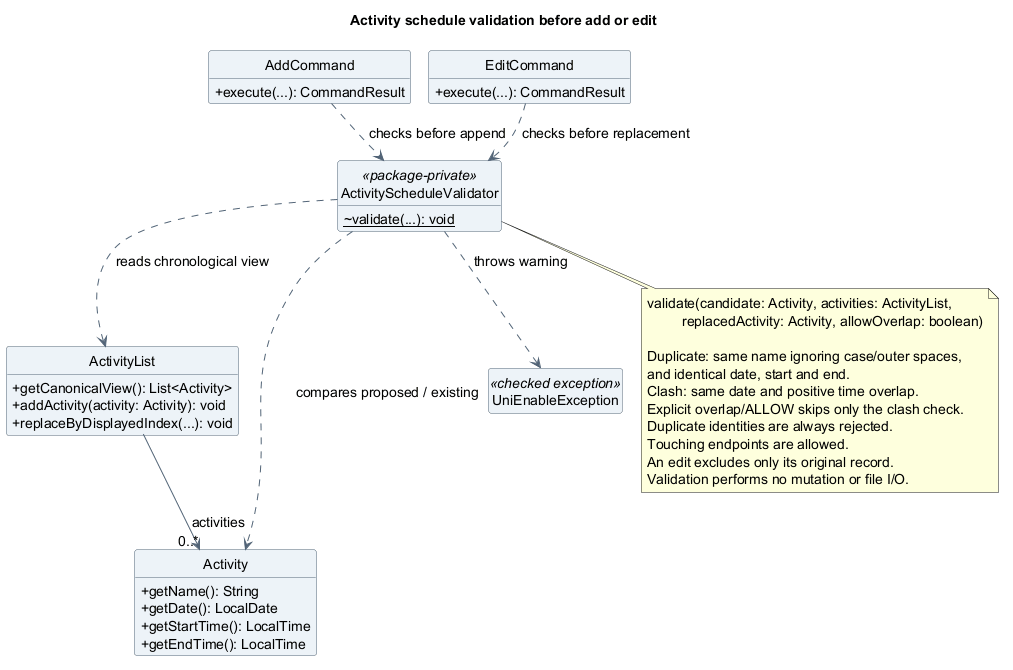
AY2627S1-CS2113-T10-4/tp keeps this PlantUML diagram as docs/images/atharva/class/ActivityScheduleValidatorClassDiagram.png. Above is the earlier version.
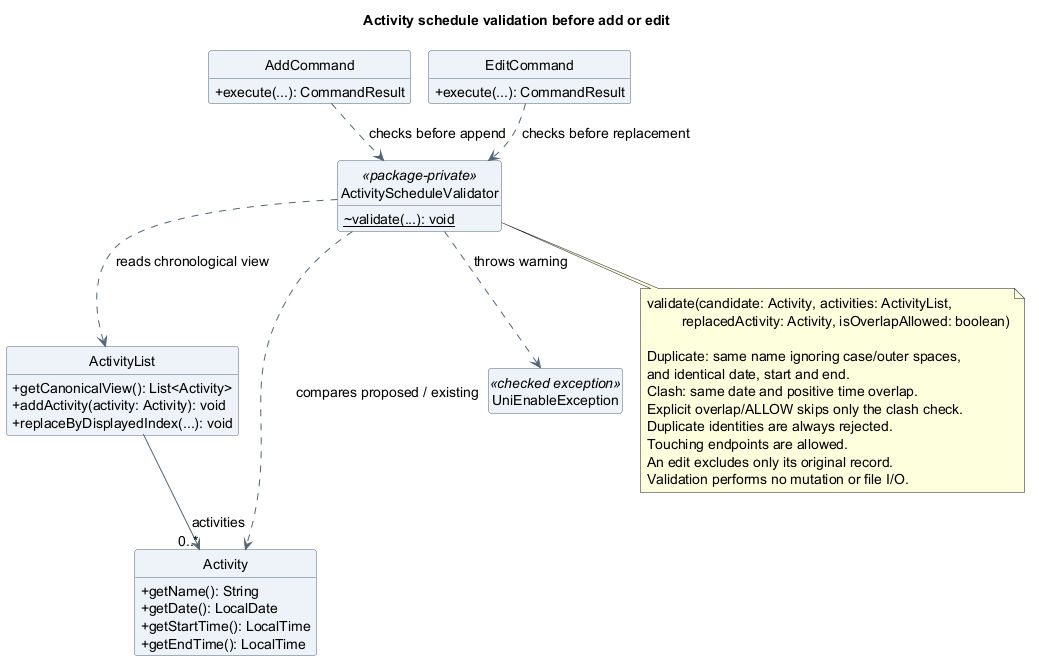
After the commit.

The edit, as a diff of the source:
```diff
@@ -43,7 +43,7 @@
 
 note bottom of ActivityScheduleValidator
   validate(candidate: Activity, activities: ActivityList,
-           replacedActivity: Activity, allowOverlap: boolean)
+           replacedActivity: Activity, isOverlapAllowed: boolean)
 
   Duplicate: same name ignoring case/outer spaces,
   and identical date, start and end.
```
